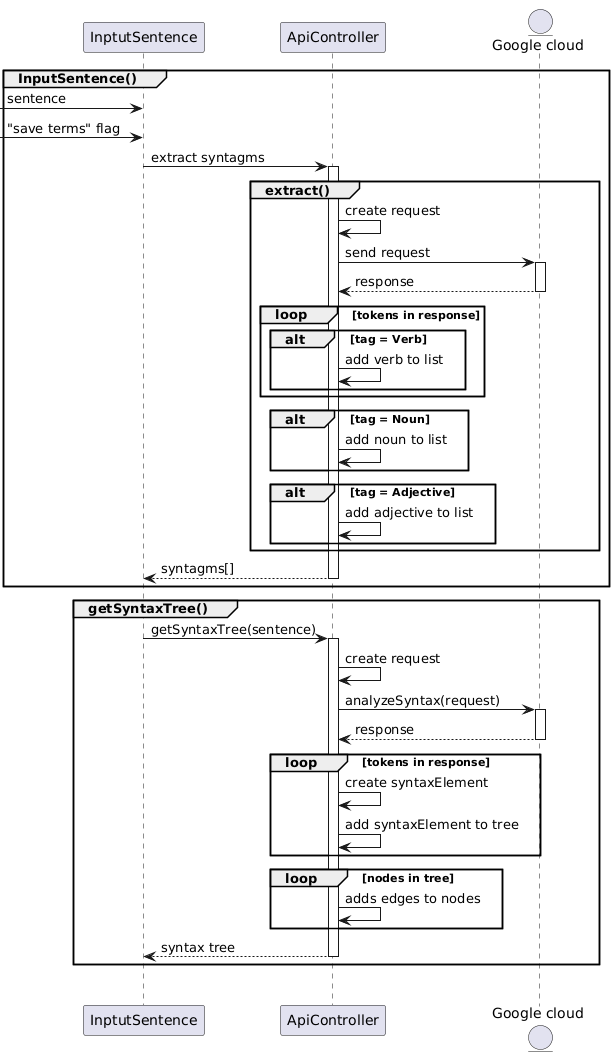
Earlier version of the PlantUML export docs/Sequence diagrams/Diagrams/InputSentence.png (63616E617A7A61/NonSenseGenerator).
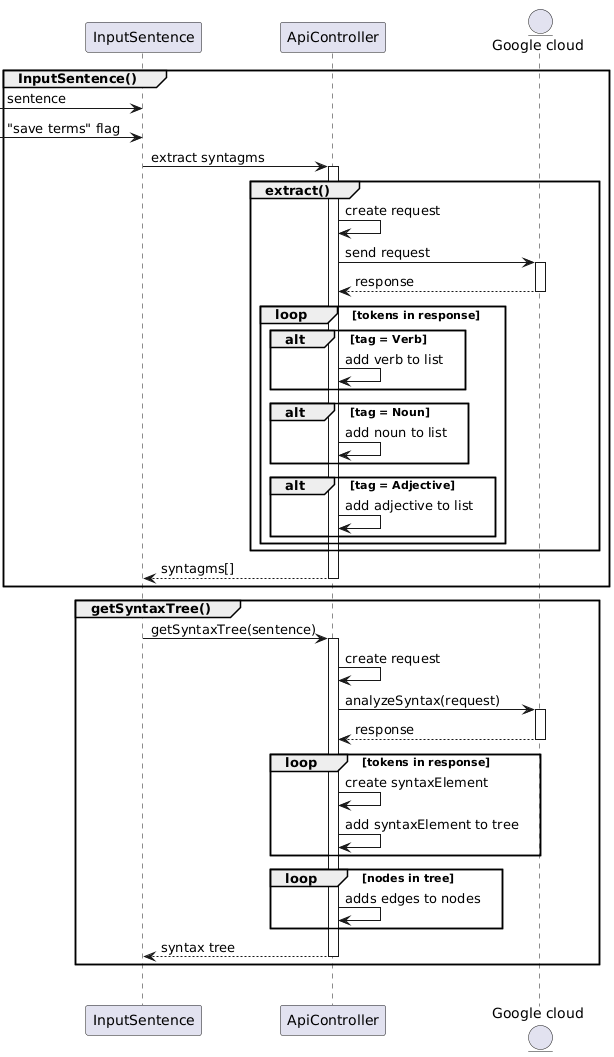
Later version of the same file.

What changed in the source:
```diff
@@ -1,5 +1,5 @@
 @startuml
-participant "InptutSentence" as is
+participant "InputSentence" as is
 participant "ApiController" as ac
 entity "Google cloud" as c
 
@@ -23,13 +23,13 @@
 ac -> ac : add verb to list
 end
 
-end
 alt tag = Noun
 ac -> ac : add noun to list
 end
 
 alt tag = Adjective
 ac -> ac : add adjective to list
+end
 end
 
 end
```
